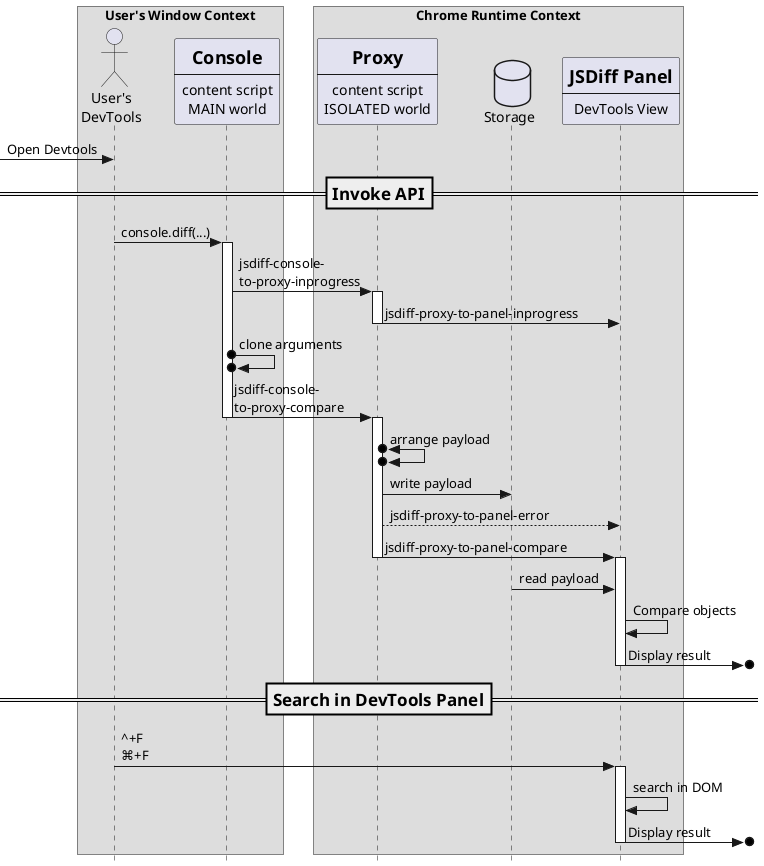
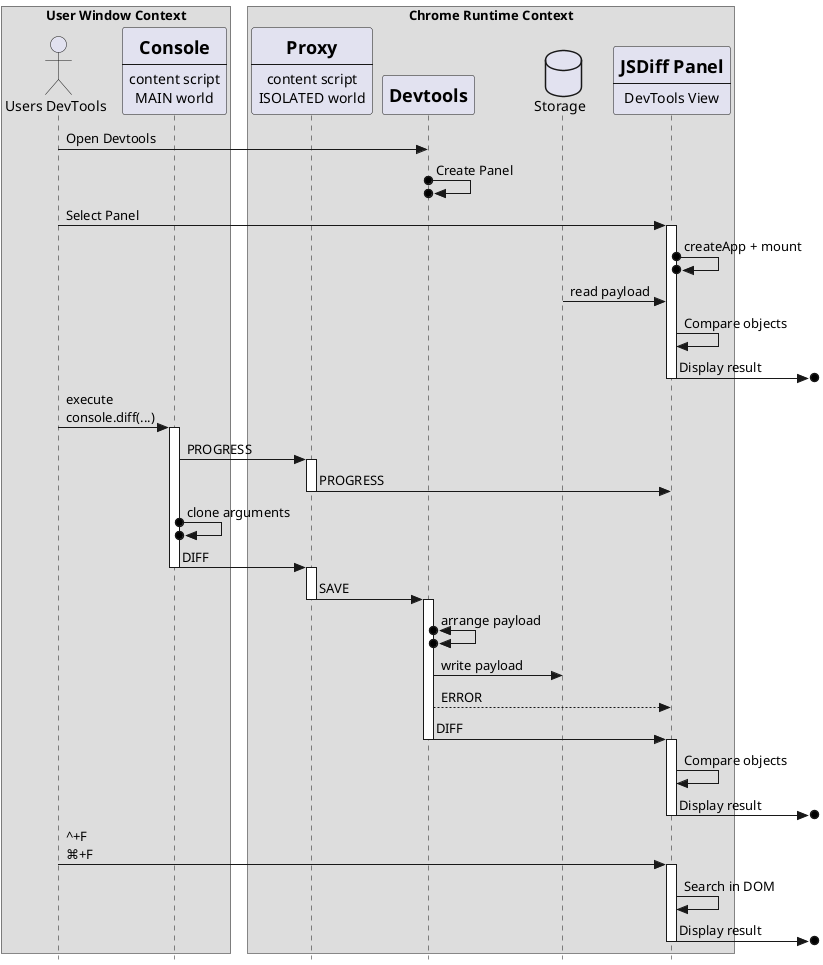
- @startuml Design
+ @startuml
skinparam style strictuml

- box "User's Window Context"
- actor "User's\nDevTools" as User
+ box "User Window Context"
+ actor "Users DevTools" as User
participant Console [
  =Console
  ----
  content script
  MAIN world
]
end box
box "Chrome Runtime Context"
participant Proxy [
  =Proxy
  ----
  content script
  ISOLATED world
]
+ participant Devtools [
+   =Devtools
+ ]
database Storage
participant Panel [
  =JSDiff Panel
  ----
  DevTools View
]
end box

- [-> User: Open Devtools
- === Invoke API ==
- 
- User -> Console: console.diff(...)
- 
- activate Console
- Console -> Proxy: jsdiff-console-\nto-proxy-inprogress
- activate Proxy
-   Proxy -> Panel: jsdiff-proxy-to-panel-inprogress
- deactivate Proxy
- Console o->o Console: clone arguments
- Console -> Proxy: jsdiff-console-\nto-proxy-compare
- deactivate Console
- 
- activate Proxy
- Proxy o<->o Proxy: arrange payload
- Proxy -> Storage: write payload
- Proxy --> Panel: jsdiff-proxy-to-panel-error
- Proxy -> Panel: jsdiff-proxy-to-panel-compare
- deactivate Proxy
+ User -> Devtools: Open Devtools
+ Devtools o->o Devtools: Create Panel
+ User -> Panel: Select Panel

activate Panel
+ Panel o->o Panel: createApp + mount
Storage -> Panel: read payload
Panel -> Panel: Compare objects
Panel ->o]: Display result
deactivate Panel

- === Search in DevTools Panel ==
+ User -> Console: execute\nconsole.diff(...)
+ 
+ activate Console
+ Console -> Proxy: PROGRESS
+ activate Proxy
+ Proxy -> Panel: PROGRESS
+ deactivate Proxy
+ Console o->o Console: clone arguments
+ Console -> Proxy: DIFF
+ deactivate Console
+ activate Proxy
+ Proxy -> Devtools: SAVE
+ deactivate Proxy
+ 
+ activate Devtools
+ Devtools o<->o Devtools: arrange payload
+ Devtools -> Storage: write payload
+ Devtools --> Panel: ERROR
+ Devtools -> Panel: DIFF
+ deactivate Devtools
+ 
+ activate Panel
+ Panel -> Panel: Compare objects
+ Panel ->o]: Display result
+ deactivate Panel
+ 
User -> Panel: ^+F\n⌘+F

activate Panel
- Panel -> Panel: search in DOM
+ Panel -> Panel: Search in DOM
Panel ->o]: Display result
deactivate Panel
- 
@enduml
